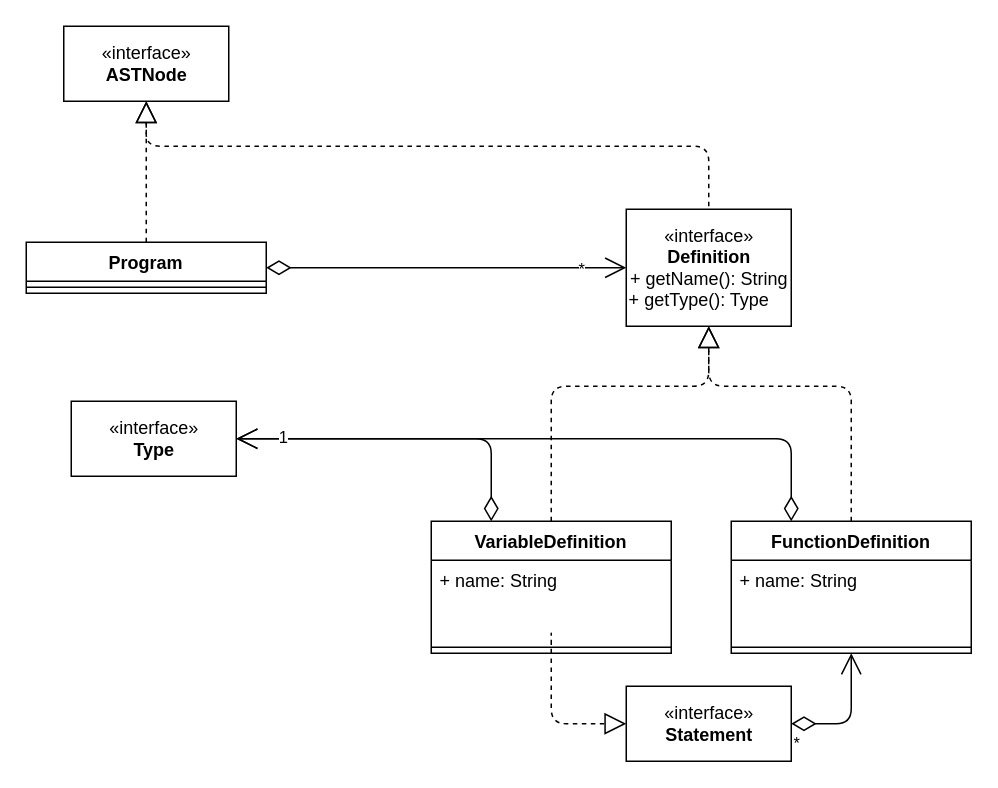
Above: uml/Program.drawio in ludvij/C-minus-minus (draw.io), before the change. Source tidied: cells renumbered, new cells numbered last; positions are measured from the earlier drawing's top-left corner, leaving out a move shared by most shapes. Both pictures are drawn from the tidied source at 150%, with x=0, y=0 at pixel (26, 26).
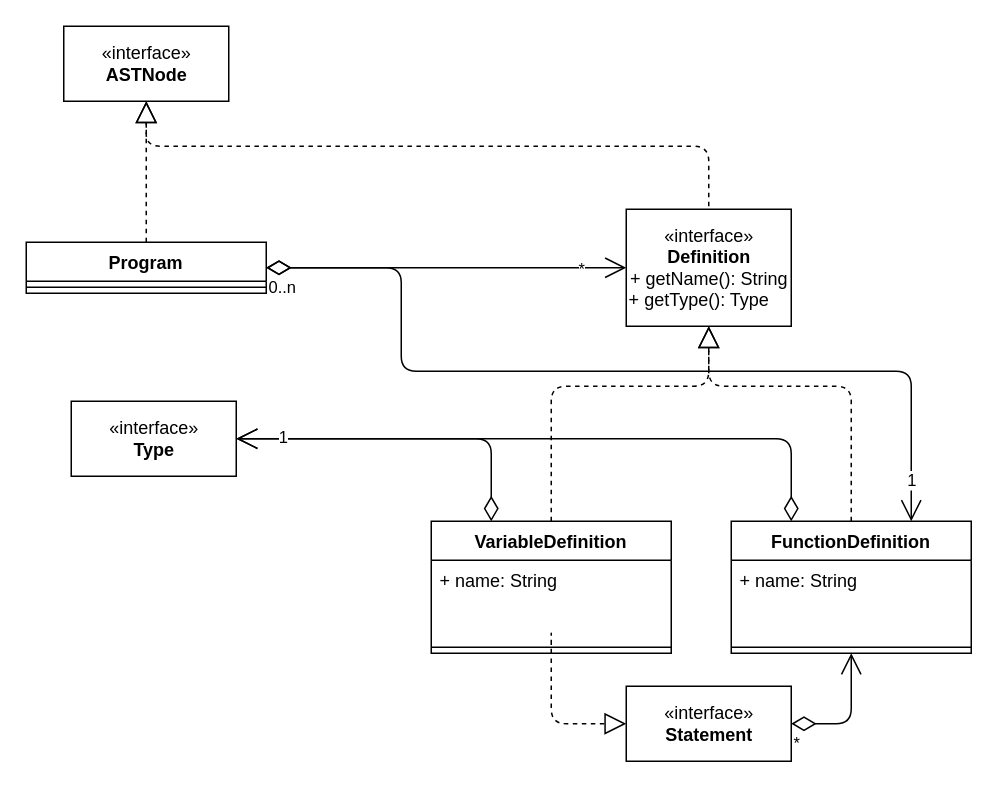
Above is the later version.

The change refers to these unchanged cells:
```xml
<mxCell id="2" value="Program" style="swimlane;fontStyle=1;align=center;verticalAlign=top;horizontal=1;startSize=26;" parent="1" vertex="1">
  <mxGeometry y="144" width="160" height="34" as="geometry" />
</mxCell>
<mxCell id="10" value="FunctionDefinition" style="swimlane;fontStyle=1;align=center;verticalAlign=top;horizontal=1;startSize=26;" parent="1" vertex="1">
  <mxGeometry x="470" y="330" width="160" height="88" as="geometry" />
</mxCell>
```

Diff of the diagram source:
```diff
@@
+    <mxCell id="27" style="endArrow=open;html=1;endSize=12;startArrow=diamondThin;startSize=14;startFill=0;edgeStyle=orthogonalEdgeStyle;rounded=1;entryX=0.75;entryY=0;entryDx=0;entryDy=0;exitX=1;exitY=0.5;exitDx=0;exitDy=0;" parent="1" edge="1" source="2" target="10">
+      <mxGeometry relative="1" as="geometry">
+        <Array as="points">
+          <mxPoint x="250" y="161" />
+          <mxPoint x="250" y="230" />
+          <mxPoint x="590" y="230" />
+        </Array>
+      </mxGeometry>
+    </mxCell>
+    <mxCell id="28" value="0..n" style="edgeLabel;html=1;align=left;verticalAlign=top;" parent="27" vertex="1">
+      <mxGeometry x="-1" relative="1" as="geometry" />
+    </mxCell>
+    <mxCell id="29" value="1" style="edgeLabel;html=1;align=right;verticalAlign=top;" parent="27" vertex="1">
+      <mxGeometry x="1" relative="1" as="geometry">
+        <mxPoint x="4" y="-40" as="offset" />
+      </mxGeometry>
+    </mxCell>
```
